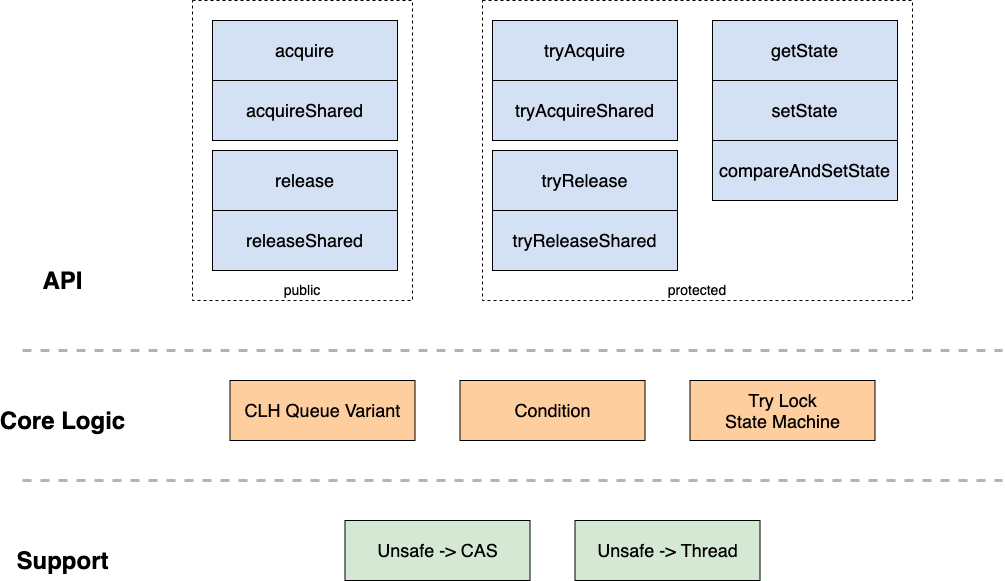
Earlier version of the draw.io export source/_posts/java-aqs/aqs_arch.png (LENSHOOD/lenshood.github.io). Source tidied: cells renumbered, new cells last; positions are measured from the earlier drawing's top-left corner, leaving out a move shared by most shapes.
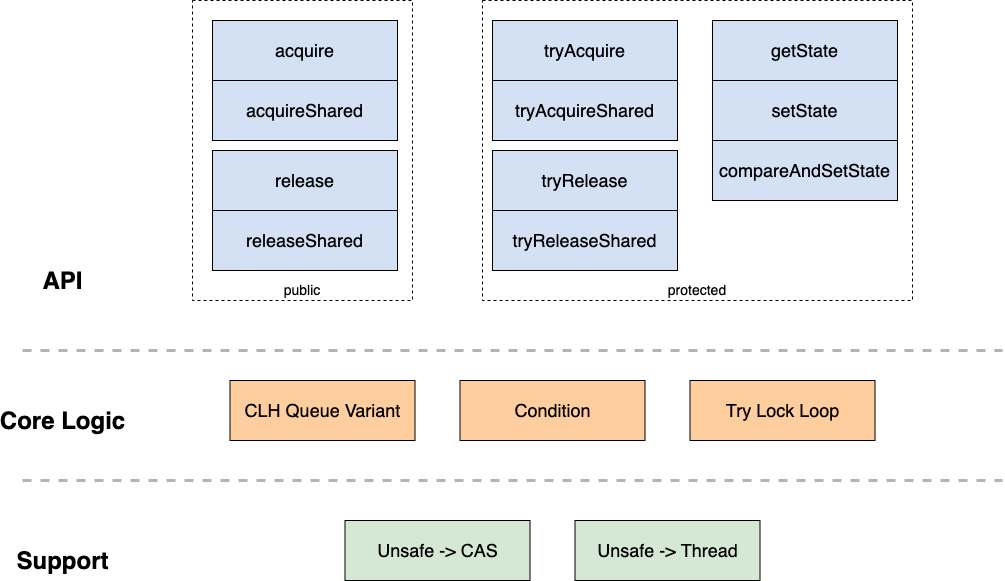
After the change.

What changed in the source:
```diff
@@ -47,7 +47,7 @@
     <mxCell id="16" value="&lt;font style=&quot;font-size: 18px&quot;&gt;Condition&lt;/font&gt;" style="rounded=0;whiteSpace=wrap;html=1;fillColor=#FFCE9F;" parent="1" vertex="1">
       <mxGeometry x="447.5" y="380" width="185" height="60" as="geometry" />
     </mxCell>
-    <mxCell id="17" value="&lt;font style=&quot;font-size: 18px&quot;&gt;Try Lock&lt;br&gt;State Machine&lt;/font&gt;" style="rounded=0;whiteSpace=wrap;html=1;fillColor=#FFCE9F;" parent="1" vertex="1">
+    <mxCell id="17" value="&lt;font style=&quot;font-size: 18px&quot;&gt;Try Lock Loop&lt;/font&gt;" style="rounded=0;whiteSpace=wrap;html=1;fillColor=#FFCE9F;" parent="1" vertex="1">
       <mxGeometry x="677.5" y="380" width="185" height="60" as="geometry" />
     </mxCell>
     <mxCell id="18" value="&lt;font style=&quot;font-size: 18px&quot;&gt;Unsafe -&amp;gt; CAS&lt;/font&gt;" style="rounded=0;whiteSpace=wrap;html=1;fillColor=#D5E8D4;" parent="1" vertex="1">
```
